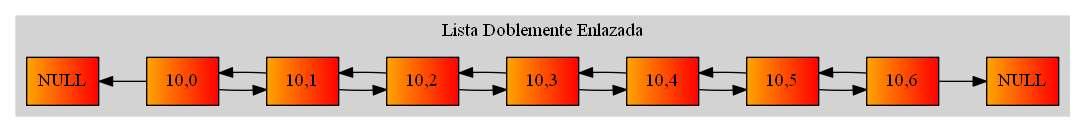
Earlier version of the Graphviz export graficaLD.png (Tiago-130414/EDD_1S2019_P1_201313722). Its source is kept beside it as graficaLD.dot.
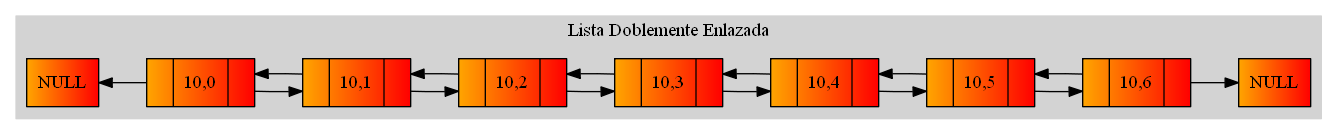
Later version of the same file.

Change to the diagram source:
```diff
@@ -3,15 +3,15 @@
 subgraph cluster_0{
 style=filled;
 color = lightgrey;
-node[shape=rectangle];
+node[shape=record];
 NodoPN[label="NULL"style = filled, fillcolor = "orange:red"];
-Nodo10C0[label="10,0"style = filled, fillcolor = "orange:red"];
-Nodo10C1[label="10,1"style = filled, fillcolor = "orange:red"];
-Nodo10C2[label="10,2"style = filled, fillcolor = "orange:red"];
-Nodo10C3[label="10,3"style = filled, fillcolor = "orange:red"];
-Nodo10C4[label="10,4"style = filled, fillcolor = "orange:red"];
-Nodo10C5[label="10,5"style = filled, fillcolor = "orange:red"];
-Nodo10C6[label="10,6"style = filled, fillcolor = "orange:red"];
+Nodo10C0[label="{ |10,0| }"style = filled, fillcolor = "orange:red"];
+Nodo10C1[label="{ |10,1| }"style = filled, fillcolor = "orange:red"];
+Nodo10C2[label="{ |10,2| }"style = filled, fillcolor = "orange:red"];
+Nodo10C3[label="{ |10,3| }"style = filled, fillcolor = "orange:red"];
+Nodo10C4[label="{ |10,4| }"style = filled, fillcolor = "orange:red"];
+Nodo10C5[label="{ |10,5| }"style = filled, fillcolor = "orange:red"];
+Nodo10C6[label="{ |10,6| }"style = filled, fillcolor = "orange:red"];
 NodoUN[label="NULL"style = filled, fillcolor = "orange:red"];
 NodoPN->Nodo10C0[dir=back];
 Nodo10C0->Nodo10C1;
```
